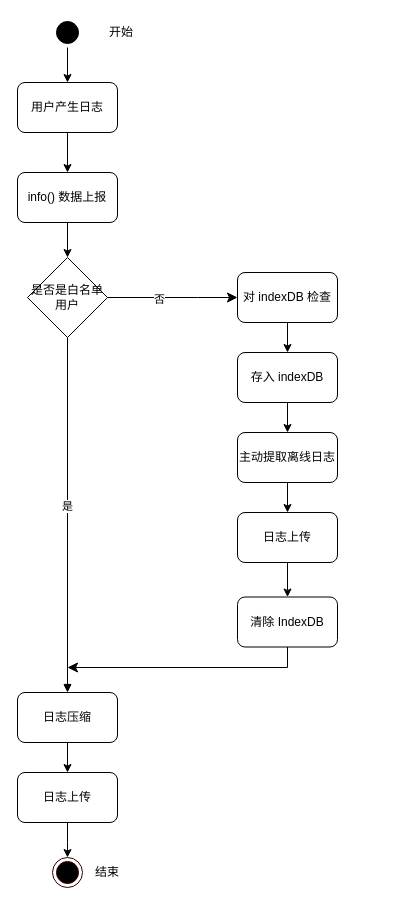
This is 离线日志-主动上报.drawio from FelixTt/repositoryForDraw.io, a draw.io file, before an edit. Source tidied: cells renumbered, new cells numbered last; positions are measured from the earlier drawing's top-left corner, leaving out a move shared by most shapes. Both pictures are drawn from the tidied source at 100%, with x=0, y=0 at pixel (17, 17).
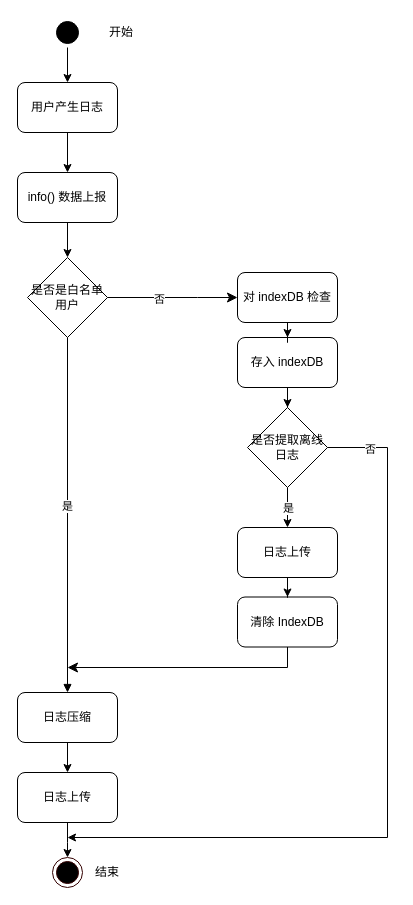
After the change.

Commit message:
更新离线日志-主动上报.drawio

What changed in the source:
```diff
@@
-    <mxCell id="6" style="edgeStyle=orthogonalEdgeStyle;rounded=0;jettySize=auto;html=1;" parent="1" edge="1" source="7" target="16">
+    <mxCell id="6" style="edgeStyle=orthogonalEdgeStyle;rounded=0;jettySize=auto;html=1;" parent="1" edge="1" source="7" target="30">
       <mxGeometry relative="1" as="geometry" />
     </mxCell>
     <mxCell id="7" value="存入 indexDB" style="rounded=1;whiteSpace=wrap;html=1;" parent="1" vertex="1">
-      <mxGeometry x="220" y="335" width="100" height="50" as="geometry" />
+      <mxGeometry x="220" y="320" width="100" height="50" as="geometry" />
     </mxCell>
@@
-    <mxCell id="15" style="edgeStyle=orthogonalEdgeStyle;rounded=0;jettySize=auto;html=1;" parent="1" edge="1" source="16" target="18">
+    <mxCell id="15" style="edgeStyle=orthogonalEdgeStyle;rounded=0;jettySize=auto;html=1;exitX=0.5;exitY=1;exitDx=0;exitDy=0;" parent="1" edge="1" source="30" target="18">
       <mxGeometry relative="1" as="geometry" />
     </mxCell>
-    <mxCell id="16" value="主动提取离线日志" style="rounded=1;whiteSpace=wrap;html=1;" parent="1" vertex="1">
-      <mxGeometry x="220" y="415" width="100" height="50" as="geometry" />
-    </mxCell>
+    <mxCell id="29" value="是" style="edgeLabel;html=1;align=center;verticalAlign=middle;" parent="15" vertex="1">
+      <mxGeometry x="-0.8" y="1" relative="1" as="geometry">
+        <mxPoint x="-1" y="16" as="offset" />
+      </mxGeometry>
+    </mxCell>
@@
     <mxCell id="18" value="日志上传" style="rounded=1;whiteSpace=wrap;html=1;" parent="1" vertex="1">
-      <mxGeometry x="220" y="495" width="100" height="50" as="geometry" />
+      <mxGeometry x="220" y="510" width="100" height="50" as="geometry" />
     </mxCell>
@@
+    <mxCell id="30" value="是否提取离线日志" style="rhombus;whiteSpace=wrap;html=1;" parent="1" vertex="1">
+      <mxGeometry x="230" y="390" width="80" height="80" as="geometry" />
+    </mxCell>
+    <mxCell id="31" style="endArrow=classic;html=1;rounded=0;exitX=1;exitY=0.5;exitDx=0;exitDy=0;" parent="1" edge="1" source="30">
+      <mxGeometry relative="1" as="geometry">
+        <mxPoint x="50" y="820" as="targetPoint" />
+        <Array as="points">
+          <mxPoint x="370" y="430" />
+          <mxPoint x="370" y="820" />
+          <mxPoint x="50" y="820" />
+        </Array>
+      </mxGeometry>
+    </mxCell>
+    <mxCell id="32" value="否" style="edgeLabel;html=1;align=center;verticalAlign=middle;" parent="31" vertex="1">
+      <mxGeometry x="-0.89" y="-1" relative="1" as="geometry" />
+    </mxCell>
```
